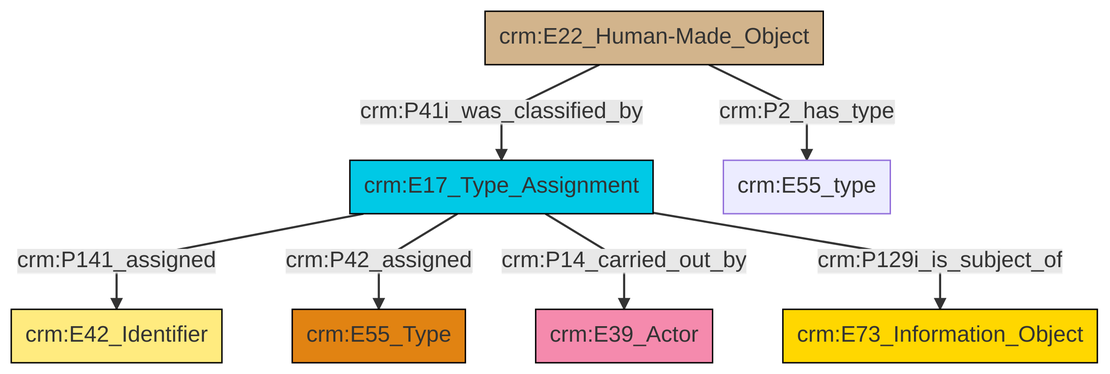
The Mermaid diagram et/builtWorkCSV/ttl/mmd/png/Built_Work_designation_status.png in swiss-art-research-net/reference-data-models, before a commit. Its source is kept beside it as et/builtWorkCSV/ttl/mmd/Built_Work_designation_status.ttl.mmd.
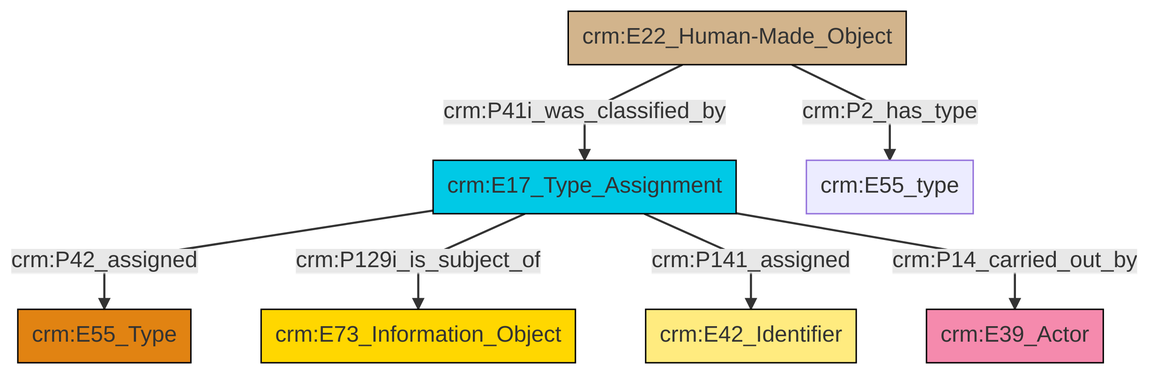
After the change.

Diff of the diagram source:
```diff
@@ -13,9 +13,9 @@
 classDef PC_Classes fill:#4ce600, stroke:#000000;
 classDef Multi fill:#cccccc,stroke:#000000;
 
-0["crm:E17_Type_Assignment"]:::Temporal_Entity -->|crm:P141_assigned| 1["crm:E42_Identifier"]:::Appellation
-0["crm:E17_Type_Assignment"]:::Temporal_Entity -->|crm:P42_assigned| 2["crm:E55_Type"]:::Type
-6["crm:E22_Human-Made_Object"]:::Physical_Thing -->|crm:P2_has_type| 11["crm:E55_type"]:::Default
-0["crm:E17_Type_Assignment"]:::Temporal_Entity -->|crm:P14_carried_out_by| 8["crm:E39_Actor"]:::Actor
-6["crm:E22_Human-Made_Object"]:::Physical_Thing -->|crm:P41i_was_classified_by| 0["crm:E17_Type_Assignment"]:::Temporal_Entity
+0["crm:E17_Type_Assignment"]:::Temporal_Entity -->|crm:P42_assigned| 1["crm:E55_Type"]:::Type
+2["crm:E22_Human-Made_Object"]:::Physical_Thing -->|crm:P41i_was_classified_by| 0["crm:E17_Type_Assignment"]:::Temporal_Entity
+2["crm:E22_Human-Made_Object"]:::Physical_Thing -->|crm:P2_has_type| 3["crm:E55_type"]:::Default
 0["crm:E17_Type_Assignment"]:::Temporal_Entity -->|crm:P129i_is_subject_of| 4["crm:E73_Information_Object"]:::Conceptual_Object
+0["crm:E17_Type_Assignment"]:::Temporal_Entity -->|crm:P141_assigned| 5["crm:E42_Identifier"]:::Appellation
+0["crm:E17_Type_Assignment"]:::Temporal_Entity -->|crm:P14_carried_out_by| 13["crm:E39_Actor"]:::Actor
```
